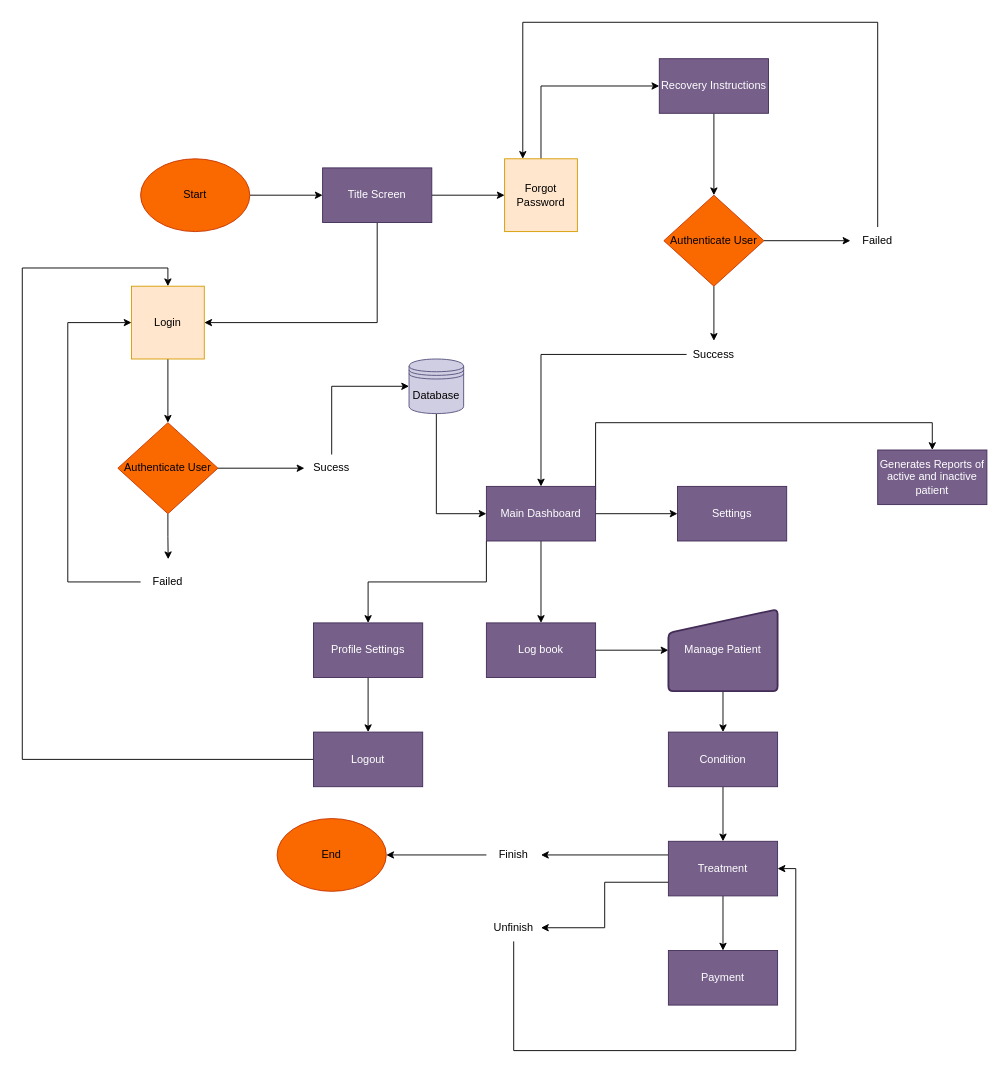
This is Untitled Diagram.drawio from XeLTzy/my-second-repo, a draw.io file, before an edit. Source tidied: cells renumbered, new cells numbered last; positions are measured from the earlier drawing's top-left corner, leaving out a move shared by most shapes. Both pictures are drawn from the tidied source at 91%, with x=0, y=0 at pixel (22, 22).
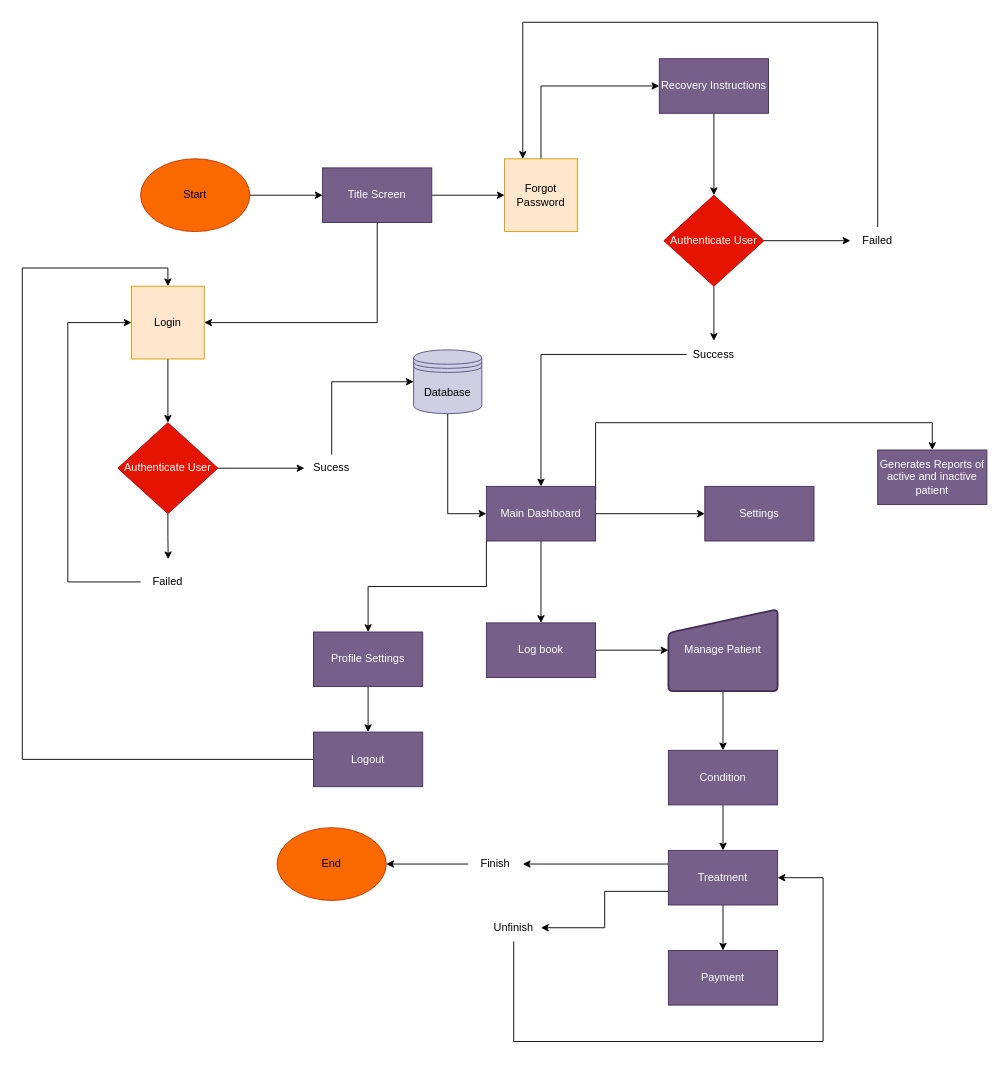
Above is the later version.

Commit message:
Update Generate & Database Diagram.drawio

Unchanged cells that the change refers to:
```xml
<mxCell id="38" value="Unfinish" style="text;html=1;align=center;verticalAlign=middle;whiteSpace=wrap;rounded=0;" parent="1" vertex="1">
  <mxGeometry x="510" y="980" width="60" height="30" as="geometry" />
</mxCell>
```

Diff of the diagram source:
```diff
@@
     <mxCell id="25" value="Condition" style="whiteSpace=wrap;html=1;fillColor=#76608a;strokeColor=#432D57;fontColor=#ffffff;" parent="1" vertex="1">
-      <mxGeometry x="710" y="780" width="120" height="60" as="geometry" />
+      <mxGeometry x="710" y="800" width="120" height="60" as="geometry" />
     </mxCell>
@@
     <mxCell id="27" style="edgeStyle=orthogonalEdgeStyle;rounded=0;jettySize=auto;html=1;exitX=0;exitY=0.25;exitDx=0;exitDy=0;entryX=1;entryY=0.5;entryDx=0;entryDy=0;fontFamily=Helvetica;fontSize=12;fontColor=#ffffff;" parent="1" edge="1" source="29" target="35">
-      <mxGeometry relative="1" as="geometry" />
+      <mxGeometry relative="1" as="geometry">
+        <Array as="points">
+          <mxPoint x="570" y="925" />
+        </Array>
+      </mxGeometry>
     </mxCell>
@@
     <mxCell id="29" value="Treatment" style="whiteSpace=wrap;html=1;fillColor=#76608a;strokeColor=#432D57;fontColor=#ffffff;" parent="1" vertex="1">
-      <mxGeometry x="710" y="900" width="120" height="60" as="geometry" />
+      <mxGeometry x="710" y="910" width="120" height="60" as="geometry" />
     </mxCell>
     <mxCell id="30" value="Settings" style="whiteSpace=wrap;html=1;fillColor=#76608a;strokeColor=#432D57;fontColor=#ffffff;" parent="1" vertex="1">
-      <mxGeometry x="720" y="510" width="120" height="60" as="geometry" />
+      <mxGeometry x="750" y="510" width="120" height="60" as="geometry" />
     </mxCell>
@@
     <mxCell id="33" value="Profile Settings" style="whiteSpace=wrap;html=1;fillColor=#76608a;strokeColor=#432D57;fontColor=#ffffff;" parent="1" vertex="1">
-      <mxGeometry x="320" y="660" width="120" height="60" as="geometry" />
+      <mxGeometry x="320" y="670" width="120" height="60" as="geometry" />
     </mxCell>
@@
     <mxCell id="35" value="Finish" style="text;html=1;align=center;verticalAlign=middle;whiteSpace=wrap;rounded=0;" parent="1" vertex="1">
-      <mxGeometry x="510" y="900" width="60" height="30" as="geometry" />
+      <mxGeometry x="490" y="910" width="60" height="30" as="geometry" />
     </mxCell>
     <mxCell id="36" value="End" style="ellipse;whiteSpace=wrap;html=1;fillColor=#fa6800;strokeColor=#C73500;fontColor=#000000;" parent="1" vertex="1">
-      <mxGeometry x="280" y="875" width="120" height="80" as="geometry" />
+      <mxGeometry x="280" y="885" width="120" height="80" as="geometry" />
     </mxCell>
-    <mxCell id="37" style="edgeStyle=orthogonalEdgeStyle;rounded=0;jettySize=auto;html=1;exitX=0.5;exitY=1;exitDx=0;exitDy=0;entryX=1;entryY=0.5;entryDx=0;entryDy=0;fontFamily=Helvetica;fontSize=12;fontColor=#ffffff;" parent="1" edge="1" source="38" target="29">
+    <mxCell id="37" style="edgeStyle=orthogonalEdgeStyle;rounded=0;jettySize=auto;html=1;exitX=0.5;exitY=1;exitDx=0;exitDy=0;entryX=1;entryY=0.5;entryDx=0;entryDy=0;" parent="1" edge="1" source="38" target="29">
       <mxGeometry relative="1" as="geometry">
         <Array as="points">
-          <mxPoint x="540" y="1130" />
-          <mxPoint x="850" y="1130" />
-          <mxPoint x="850" y="930" />
+          <mxPoint x="540" y="1120" />
+          <mxPoint x="880" y="1120" />
+          <mxPoint x="880" y="940" />
         </Array>
       </mxGeometry>
     </mxCell>
@@
-    <mxCell id="42" value="Authenticate User" style="rhombus;whiteSpace=wrap;html=1;fillColor=#fa6800;strokeColor=#C73500;rounded=0;fontColor=#000000;" parent="1" vertex="1">
+    <mxCell id="42" value="Authenticate User" style="rhombus;whiteSpace=wrap;html=1;fillColor=#e51400;strokeColor=#B20000;rounded=0;fontColor=#ffffff;" parent="1" vertex="1">
       <mxGeometry x="105" y="440" width="110" height="100" as="geometry" />
     </mxCell>
@@
-    <mxCell id="47" value="Authenticate User" style="rhombus;whiteSpace=wrap;html=1;fillColor=#fa6800;strokeColor=#C73500;rounded=0;fontColor=#000000;" parent="1" vertex="1">
+    <mxCell id="47" value="Authenticate User" style="rhombus;whiteSpace=wrap;html=1;fillColor=#e51400;strokeColor=#B20000;rounded=0;fontColor=#ffffff;" parent="1" vertex="1">
       <mxGeometry x="705" y="190" width="110" height="100" as="geometry" />
     </mxCell>
@@
-    <mxCell id="52" style="edgeStyle=orthogonalEdgeStyle;rounded=0;jettySize=auto;html=1;exitX=0.5;exitY=1;exitDx=0;exitDy=0;" parent="1" edge="1" source="54">
-      <mxGeometry relative="1" as="geometry">
-        <mxPoint x="454.5" y="430.2" as="targetPoint" />
-      </mxGeometry>
-    </mxCell>
@@
     <mxCell id="54" value="Database" style="shape=datastore;whiteSpace=wrap;html=1;fillColor=#d0cee2;strokeColor=#56517e;" parent="1" vertex="1">
-      <mxGeometry x="425" y="370" width="60" height="60" as="geometry" />
+      <mxGeometry x="430" y="360" width="75" height="70" as="geometry" />
     </mxCell>
```
